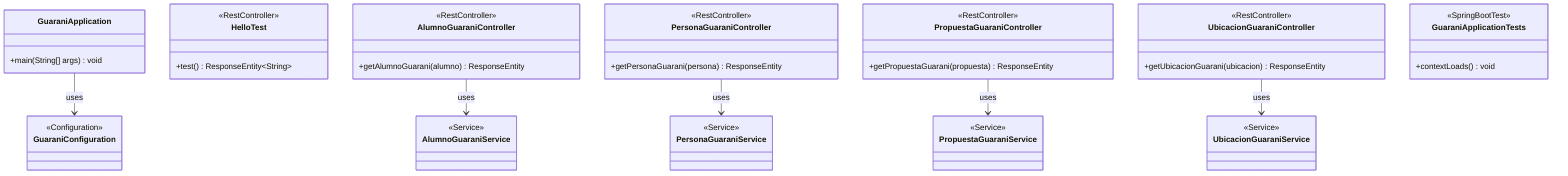
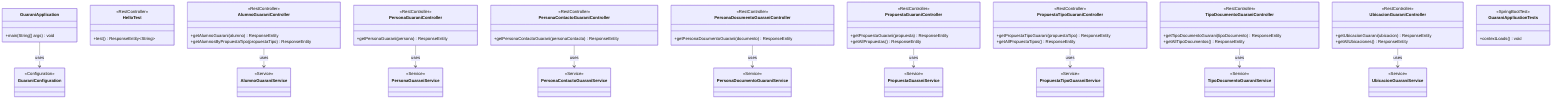
classDiagram
    class GuaraniApplication {
        +main(String[] args) void
    }

    class GuaraniConfiguration {
        <<Configuration>>
        <<EnableFeignClients>>
    }

    class HelloTest {
        <<RestController>>
        +test() ResponseEntity~String~
    }

    class AlumnoGuaraniController {
        <<RestController>>
        +getAlumnoGuarani(alumno) ResponseEntity
+         +getAlumnosByPropuestaTipo(propuestaTipo) ResponseEntity
    }

    class PersonaGuaraniController {
        <<RestController>>
        +getPersonaGuarani(persona) ResponseEntity
    }

+     class PersonaContactoGuaraniController {
+         <<RestController>>
+         +getPersonaContactoGuarani(personaContacto) ResponseEntity
+     }
+ 
+     class PersonaDocumentoGuaraniController {
+         <<RestController>>
+         +getPersonaDocumentoGuarani(documento) ResponseEntity
+     }
+ 
    class PropuestaGuaraniController {
        <<RestController>>
        +getPropuestaGuarani(propuesta) ResponseEntity
+         +getAllPropuestas() ResponseEntity
+     }
+ 
+     class PropuestaTipoGuaraniController {
+         <<RestController>>
+         +getPropuestaTipoGuarani(propuestaTipo) ResponseEntity
+         +getAllPropuestaTipos() ResponseEntity
+     }
+ 
+     class TipoDocumentoGuaraniController {
+         <<RestController>>
+         +getTipoDocumentoGuarani(tipoDocumento) ResponseEntity
+         +getAllTipoDocumentos() ResponseEntity
    }

    class UbicacionGuaraniController {
        <<RestController>>
        +getUbicacionGuarani(ubicacion) ResponseEntity
+         +getAllUbicaciones() ResponseEntity
    }

    class AlumnoGuaraniService {
        <<Service>>
    }

    class PersonaGuaraniService {
        <<Service>>
    }

+     class PersonaContactoGuaraniService {
+         <<Service>>
+     }
+ 
+     class PersonaDocumentoGuaraniService {
+         <<Service>>
+     }
+ 
    class PropuestaGuaraniService {
+         <<Service>>
+     }
+ 
+     class PropuestaTipoGuaraniService {
+         <<Service>>
+     }
+ 
+     class TipoDocumentoGuaraniService {
        <<Service>>
    }

    class UbicacionGuaraniService {
        <<Service>>
    }

    class GuaraniApplicationTests {
        <<SpringBootTest>>
        +contextLoads() void
    }

    GuaraniApplication --> GuaraniConfiguration : uses
    AlumnoGuaraniController --> AlumnoGuaraniService : uses
    PersonaGuaraniController --> PersonaGuaraniService : uses
+     PersonaContactoGuaraniController --> PersonaContactoGuaraniService : uses
+     PersonaDocumentoGuaraniController --> PersonaDocumentoGuaraniService : uses
    PropuestaGuaraniController --> PropuestaGuaraniService : uses
+     PropuestaTipoGuaraniController --> PropuestaTipoGuaraniService : uses
+     TipoDocumentoGuaraniController --> TipoDocumentoGuaraniService : uses
    UbicacionGuaraniController --> UbicacionGuaraniService : uses
